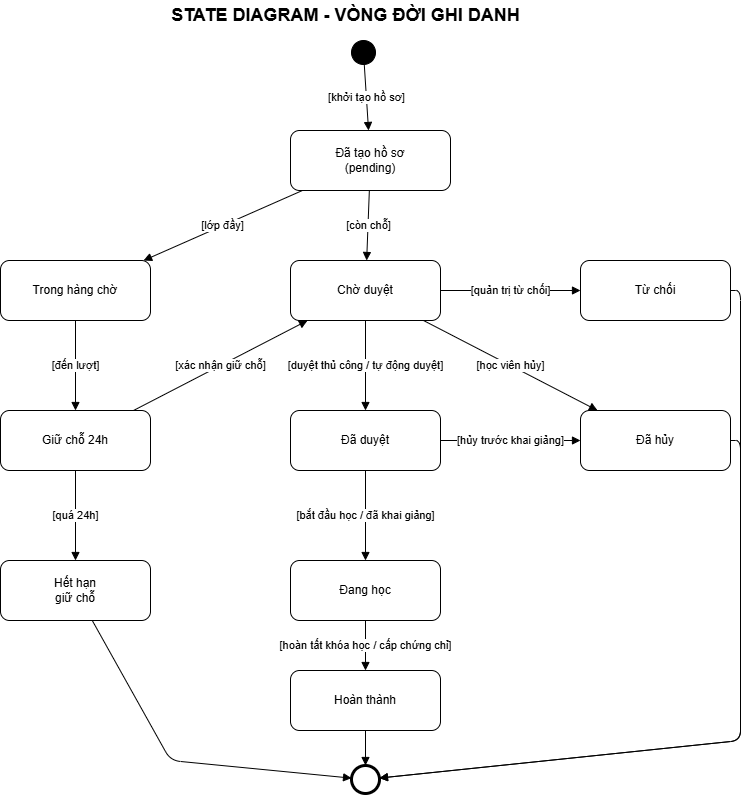
The draw.io diagram docs/anhuml/11_state-enrollment.png in DangThanh2204/CongDangKy_KhaiTriEdu_Laravel-, before a commit. Source tidied: cells renumbered, new cells last; positions are measured from the earlier drawing's top-left corner, leaving out a move shared by most shapes.
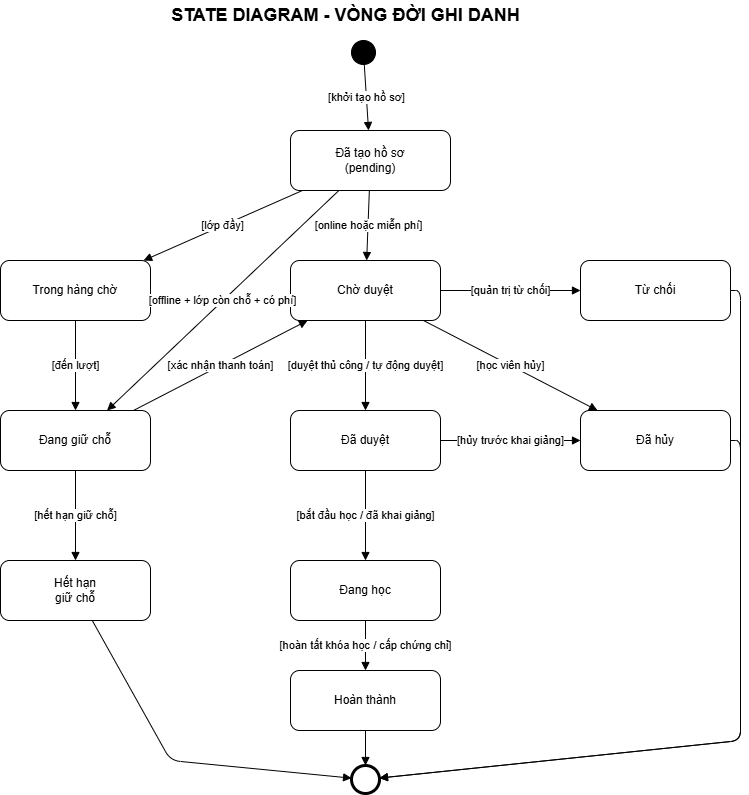
After the commit.

Change to the diagram source:
```diff
@@ -20,7 +20,7 @@
     <mxCell id="7" value="Từ chối" style="rounded=1;whiteSpace=wrap;html=1;" parent="1" vertex="1">
       <mxGeometry x="580" y="260" width="150" height="60" as="geometry" />
     </mxCell>
-    <mxCell id="8" value="Giữ chỗ 24h" style="rounded=1;whiteSpace=wrap;html=1;" parent="1" vertex="1">
+    <mxCell id="8" value="Đang giữ chỗ" style="rounded=1;whiteSpace=wrap;html=1;" parent="1" vertex="1">
       <mxGeometry y="410" width="150" height="60" as="geometry" />
     </mxCell>
     <mxCell id="9" value="Đã duyệt" style="rounded=1;whiteSpace=wrap;html=1;" parent="1" vertex="1">
@@ -47,18 +47,21 @@
     <mxCell id="16" value="[lớp đầy]" style="endArrow=block;html=1;" parent="1" edge="1" source="4" target="5">
       <mxGeometry relative="1" as="geometry" />
     </mxCell>
-    <mxCell id="17" value="[còn chỗ]" style="endArrow=block;html=1;" parent="1" edge="1" source="4" target="6">
+    <mxCell id="17" value="[online hoặc miễn phí]" style="endArrow=block;html=1;" parent="1" edge="1" source="4" target="6">
       <mxGeometry relative="1" as="geometry" />
     </mxCell>
     <mxCell id="18" value="[đến lượt]" style="endArrow=block;html=1;" parent="1" edge="1" source="5" target="8">
       <mxGeometry relative="1" as="geometry" />
     </mxCell>
-    <mxCell id="19" value="[xác nhận giữ chỗ]" style="endArrow=block;html=1;" parent="1" edge="1" source="8" target="6">
+    <mxCell id="19" value="[xác nhận thanh toán]" style="endArrow=block;html=1;" parent="1" edge="1" source="8" target="6">
       <mxGeometry relative="1" as="geometry" />
     </mxCell>
-    <mxCell id="20" value="[quá 24h]" style="endArrow=block;html=1;" parent="1" edge="1" source="8" target="11">
+    <mxCell id="20" value="[hết hạn giữ chỗ]" style="endArrow=block;html=1;" parent="1" edge="1" source="8" target="11">
       <mxGeometry relative="1" as="geometry" />
     </mxCell>
+    <mxCell id="31" value="[offline + lớp còn chỗ + có phí]" style="endArrow=block;html=1;" parent="1" edge="1" source="4" target="8">
+      <mxGeometry relative="1" as="geometry" />
+    </mxCell>
     <mxCell id="21" value="[duyệt thủ công / tự động duyệt]" style="endArrow=block;html=1;" parent="1" edge="1" source="6" target="9">
       <mxGeometry relative="1" as="geometry" />
     </mxCell>
```
